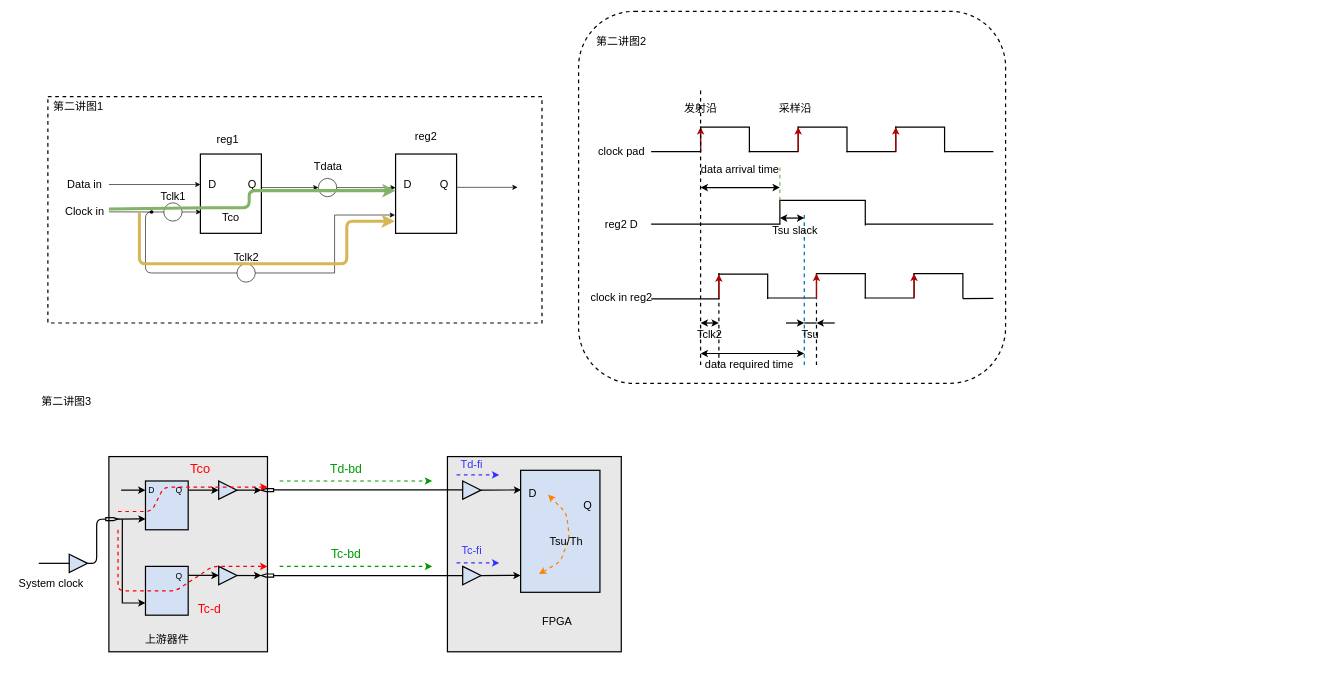
Above: FPGA timing constraints .drawio in Katharine-0331/files (draw.io), before the change. Source tidied: cells renumbered, new cells numbered last; positions are measured from the earlier drawing's top-left corner, leaving out a move shared by most shapes. Both pictures are drawn from the tidied source at 61%, with x=0, y=0 at pixel (14, 11).
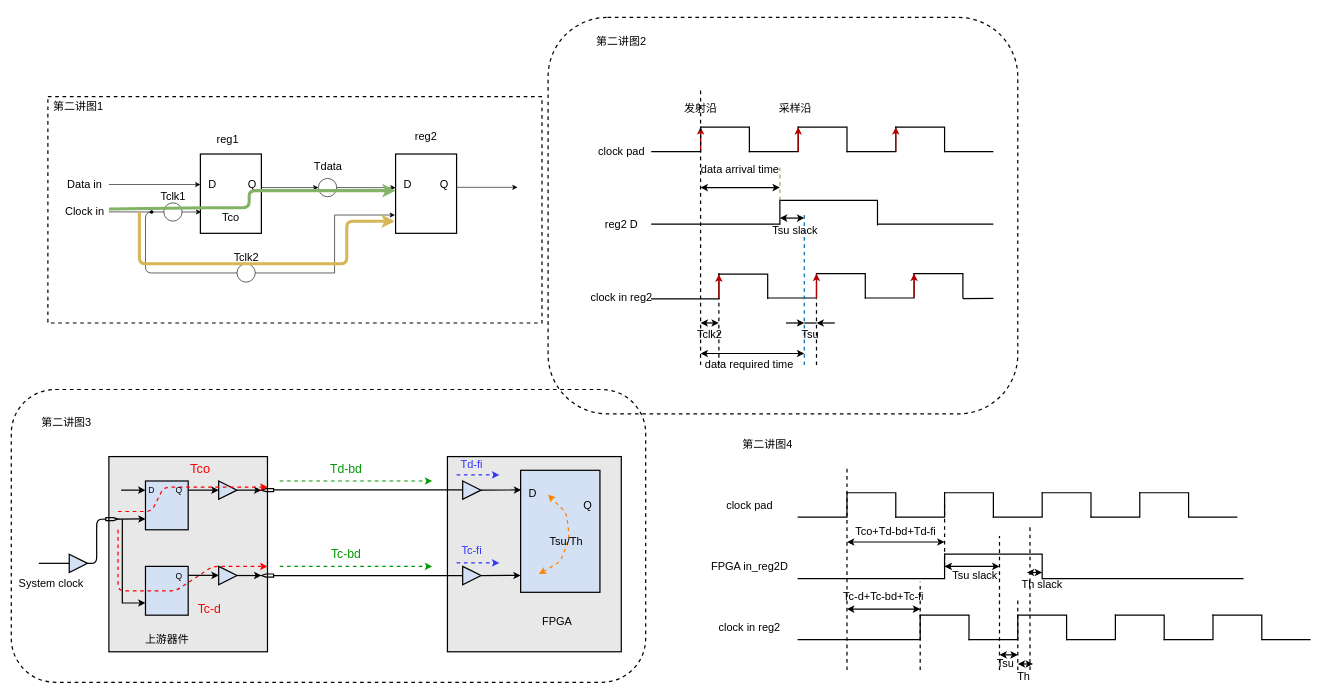
After the change.

Change to the diagram source:
```diff
@@
+    <mxCell id="30" style="rounded=0;whiteSpace=wrap;html=1;fontSize=18;strokeWidth=2;fillColor=none;dashed=1;" parent="1" vertex="1">
+      <mxGeometry x="55" y="140" width="810" height="371" as="geometry" />
+    </mxCell>
+    <mxCell id="128" style="rounded=1;whiteSpace=wrap;html=1;fontSize=18;strokeWidth=2;fillColor=none;dashed=1;" parent="1" vertex="1">
+      <mxGeometry x="-5" y="620" width="1040" height="480" as="geometry" />
+    </mxCell>
+    <mxCell id="80" style="rounded=1;whiteSpace=wrap;html=1;fontSize=18;strokeWidth=2;dashed=1;fillColor=none;" parent="1" vertex="1">
+      <mxGeometry x="875" y="10" width="770" height="650" as="geometry" />
+    </mxCell>
@@
-    <mxCell id="30" style="rounded=0;whiteSpace=wrap;html=1;fontSize=18;strokeWidth=2;fillColor=none;dashed=1;" parent="1" vertex="1">
-      <mxGeometry x="55" y="140" width="810" height="371" as="geometry" />
-    </mxCell>
@@
     <mxCell id="48" style="shape=partialRectangle;whiteSpace=wrap;html=1;top=0;left=0;fillColor=none;fontSize=18;strokeWidth=2;flipV=1;" parent="1" vertex="1">
-      <mxGeometry x="1255" y="310" width="140" height="40" as="geometry" />
+      <mxGeometry x="1255" y="310" width="160" height="40" as="geometry" />
     </mxCell>
     <mxCell id="49" style="endArrow=none;html=1;fontSize=18;strokeWidth=2;" parent="1" edge="1">
       <mxGeometry relative="1" as="geometry">
-        <mxPoint x="1395" y="349" as="sourcePoint" />
+        <mxPoint x="1415" y="349" as="sourcePoint" />
         <mxPoint x="1605" y="349" as="targetPoint" />
       </mxGeometry>
     </mxCell>
@@
-    <mxCell id="80" style="rounded=1;whiteSpace=wrap;html=1;fontSize=18;strokeWidth=2;dashed=1;fillColor=none;" parent="1" vertex="1">
-      <mxGeometry x="925" width="700" height="610" as="geometry" />
-    </mxCell>
     <mxCell id="81" value="第二讲图3" style="text;html=1;align=center;verticalAlign=middle;strokeColor=none;fontSize=18;" parent="1" vertex="1">
-      <mxGeometry x="35" y="625" width="100" height="30" as="geometry" />
+      <mxGeometry x="35" y="660" width="100" height="30" as="geometry" />
     </mxCell>
@@
+    <mxCell id="129" value="第二讲图4" style="text;html=1;strokeColor=none;fillColor=none;align=center;verticalAlign=middle;whiteSpace=wrap;rounded=0;dashed=1;fontSize=18;" parent="1" vertex="1">
+      <mxGeometry x="1185" y="700" width="100" height="20" as="geometry" />
+    </mxCell>
+    <mxCell id="130" style="shape=partialRectangle;whiteSpace=wrap;html=1;top=0;left=0;fillColor=none;fontSize=18;strokeWidth=2;" parent="1" vertex="1">
+      <mxGeometry x="1285" y="789.3" width="80" height="40" as="geometry" />
+    </mxCell>
+    <mxCell id="131" style="shape=partialRectangle;whiteSpace=wrap;html=1;bottom=0;right=0;fillColor=none;fontSize=18;strokeWidth=2;flipH=1;" parent="1" vertex="1">
+      <mxGeometry x="1365" y="789.3" width="80" height="40" as="geometry" />
+    </mxCell>
+    <mxCell id="132" style="shape=partialRectangle;whiteSpace=wrap;html=1;top=0;left=0;fillColor=none;fontSize=18;strokeWidth=2;" parent="1" vertex="1">
+      <mxGeometry x="1445" y="789.3" width="80" height="40" as="geometry" />
+    </mxCell>
+    <mxCell id="133" style="shape=partialRectangle;whiteSpace=wrap;html=1;bottom=0;right=0;fillColor=none;fontSize=18;strokeWidth=2;flipH=1;" parent="1" vertex="1">
+      <mxGeometry x="1525" y="789.3" width="80" height="40" as="geometry" />
+    </mxCell>
+    <mxCell id="134" style="shape=partialRectangle;whiteSpace=wrap;html=1;top=0;left=0;fillColor=none;fontSize=18;strokeWidth=2;" parent="1" vertex="1">
+      <mxGeometry x="1605" y="789.3" width="80" height="40" as="geometry" />
+    </mxCell>
+    <mxCell id="135" style="shape=partialRectangle;whiteSpace=wrap;html=1;bottom=0;right=0;fillColor=none;fontSize=18;strokeWidth=2;flipH=1;" parent="1" vertex="1">
+      <mxGeometry x="1685" y="789.3" width="80" height="40" as="geometry" />
+    </mxCell>
+    <mxCell id="136" style="shape=partialRectangle;whiteSpace=wrap;html=1;top=0;left=0;fillColor=none;fontSize=18;strokeWidth=2;" parent="1" vertex="1">
+      <mxGeometry x="1765" y="789.3" width="80" height="40" as="geometry" />
+    </mxCell>
+    <mxCell id="137" style="shape=partialRectangle;whiteSpace=wrap;html=1;bottom=0;right=0;fillColor=none;fontSize=18;strokeWidth=2;flipH=1;" parent="1" vertex="1">
+      <mxGeometry x="1845" y="789.3" width="80" height="40" as="geometry" />
+    </mxCell>
+    <mxCell id="138" style="endArrow=none;html=1;fontSize=18;strokeWidth=2;" parent="1" edge="1">
+      <mxGeometry relative="1" as="geometry">
+        <mxPoint x="1925" y="829.3" as="sourcePoint" />
+        <mxPoint x="2005" y="829.3" as="targetPoint" />
+      </mxGeometry>
+    </mxCell>
+    <mxCell id="139" value="clock pad" style="text;html=1;align=center;verticalAlign=middle;strokeColor=none;fontSize=18;" parent="1" vertex="1">
+      <mxGeometry x="1160" y="795" width="90" height="30" as="geometry" />
+    </mxCell>
+    <mxCell id="140" style="shape=partialRectangle;whiteSpace=wrap;html=1;top=0;left=0;fillColor=none;fontSize=18;strokeWidth=2;" parent="1" vertex="1">
+      <mxGeometry x="1285" y="990" width="200" height="40" as="geometry" />
+    </mxCell>
+    <mxCell id="141" style="shape=partialRectangle;whiteSpace=wrap;html=1;bottom=0;right=0;fillColor=none;fontSize=18;strokeWidth=2;flipH=1;" parent="1" vertex="1">
+      <mxGeometry x="1485" y="990" width="80" height="40" as="geometry" />
+    </mxCell>
+    <mxCell id="142" style="shape=partialRectangle;whiteSpace=wrap;html=1;top=0;left=0;fillColor=none;fontSize=18;strokeWidth=2;" parent="1" vertex="1">
+      <mxGeometry x="1565" y="990" width="80" height="40" as="geometry" />
+    </mxCell>
+    <mxCell id="143" style="shape=partialRectangle;whiteSpace=wrap;html=1;bottom=0;right=0;fillColor=none;fontSize=18;strokeWidth=2;flipH=1;" parent="1" vertex="1">
+      <mxGeometry x="1645" y="990" width="80" height="40" as="geometry" />
+    </mxCell>
+    <mxCell id="144" style="shape=partialRectangle;whiteSpace=wrap;html=1;top=0;left=0;fillColor=none;fontSize=18;strokeWidth=2;" parent="1" vertex="1">
+      <mxGeometry x="1725" y="990" width="80" height="40" as="geometry" />
+    </mxCell>
+    <mxCell id="145" style="shape=partialRectangle;whiteSpace=wrap;html=1;bottom=0;right=0;fillColor=none;fontSize=18;strokeWidth=2;flipH=1;" parent="1" vertex="1">
+      <mxGeometry x="1805" y="990" width="80" height="40" as="geometry" />
+    </mxCell>
+    <mxCell id="146" style="shape=partialRectangle;whiteSpace=wrap;html=1;top=0;left=0;fillColor=none;fontSize=18;strokeWidth=2;" parent="1" vertex="1">
+      <mxGeometry x="1885" y="990" width="80" height="40" as="geometry" />
+    </mxCell>
+    <mxCell id="147" style="shape=partialRectangle;whiteSpace=wrap;html=1;bottom=0;right=0;fillColor=none;fontSize=18;strokeWidth=2;flipH=1;" parent="1" vertex="1">
+      <mxGeometry x="1965" y="990" width="80" height="40" as="geometry" />
+    </mxCell>
+    <mxCell id="148" style="endArrow=none;html=1;fontSize=18;strokeWidth=2;" parent="1" edge="1">
+      <mxGeometry relative="1" as="geometry">
+        <mxPoint x="2045" y="1030" as="sourcePoint" />
+        <mxPoint x="2125" y="1030" as="targetPoint" />
+      </mxGeometry>
+    </mxCell>
+    <mxCell id="149" value="clock in reg2" style="text;html=1;align=center;verticalAlign=middle;strokeColor=none;fontSize=18;" parent="1" vertex="1">
+      <mxGeometry x="1145" y="995" width="120" height="30" as="geometry" />
+    </mxCell>
+    <mxCell id="150" style="shape=partialRectangle;whiteSpace=wrap;html=1;top=0;left=0;fillColor=none;fontSize=18;strokeWidth=2;" parent="1" vertex="1">
+      <mxGeometry x="1285" y="890" width="240" height="40" as="geometry" />
+    </mxCell>
+    <mxCell id="151" style="shape=partialRectangle;whiteSpace=wrap;html=1;bottom=0;right=0;fillColor=none;fontSize=18;strokeWidth=2;flipH=1;" parent="1" vertex="1">
+      <mxGeometry x="1525" y="890" width="160" height="40" as="geometry" />
+    </mxCell>
+    <mxCell id="152" style="endArrow=none;html=1;fontSize=18;strokeColor=#000000;strokeWidth=2;" parent="1" edge="1">
+      <mxGeometry relative="1" as="geometry">
+        <mxPoint x="1685" y="930" as="sourcePoint" />
+        <mxPoint x="2015" y="930" as="targetPoint" />
+      </mxGeometry>
+    </mxCell>
+    <mxCell id="153" value="FPGA in_reg2D" style="text;html=1;align=center;verticalAlign=middle;strokeColor=none;fontSize=18;" parent="1" vertex="1">
+      <mxGeometry x="1135" y="895" width="140" height="30" as="geometry" />
+    </mxCell>
+    <mxCell id="154" style="endArrow=none;dashed=1;html=1;fontSize=18;strokeColor=#000000;strokeWidth=2;" parent="1" edge="1">
+      <mxGeometry relative="1" as="geometry">
+        <mxPoint x="1365" y="1080" as="sourcePoint" />
+        <mxPoint x="1365" y="750" as="targetPoint" />
+      </mxGeometry>
+    </mxCell>
+    <mxCell id="155" style="endArrow=none;dashed=1;html=1;fontSize=18;strokeColor=#000000;strokeWidth=2;" parent="1" edge="1">
+      <mxGeometry relative="1" as="geometry">
+        <mxPoint x="1485" y="1080" as="sourcePoint" />
+        <mxPoint x="1485" y="935" as="targetPoint" />
+      </mxGeometry>
+    </mxCell>
+    <mxCell id="156" style="endArrow=classic;startArrow=classic;html=1;fontSize=18;strokeColor=#000000;strokeWidth=2;" parent="1" edge="1">
+      <mxGeometry relative="1" as="geometry">
+        <mxPoint x="1365" y="980" as="sourcePoint" />
+        <mxPoint x="1485" y="980" as="targetPoint" />
+      </mxGeometry>
+    </mxCell>
+    <mxCell id="157" style="endArrow=none;dashed=1;html=1;fontSize=18;strokeColor=#000000;strokeWidth=2;exitX=0;exitY=0.5;exitDx=0;exitDy=0;entryX=0;entryY=0.25;entryDx=0;entryDy=0;" parent="1" edge="1" source="151" target="133">
+      <mxGeometry relative="1" as="geometry" />
+    </mxCell>
+    <mxCell id="158" style="endArrow=classic;startArrow=classic;html=1;fontSize=18;strokeColor=#000000;strokeWidth=2;" parent="1" edge="1">
+      <mxGeometry relative="1" as="geometry">
+        <mxPoint x="1365" y="870" as="sourcePoint" />
+        <mxPoint x="1525" y="870" as="targetPoint" />
+      </mxGeometry>
+    </mxCell>
+    <mxCell id="159" style="endArrow=none;dashed=1;html=1;fontSize=18;strokeColor=#000000;strokeWidth=2;" parent="1" edge="1">
+      <mxGeometry relative="1" as="geometry">
+        <mxPoint x="1645" y="1080" as="sourcePoint" />
+        <mxPoint x="1645" y="965" as="targetPoint" />
+      </mxGeometry>
+    </mxCell>
+    <mxCell id="160" style="endArrow=none;dashed=1;html=1;fontSize=18;strokeColor=#000000;strokeWidth=2;" parent="1" edge="1">
+      <mxGeometry relative="1" as="geometry">
+        <mxPoint x="1615" y="1080" as="sourcePoint" />
+        <mxPoint x="1615" y="860" as="targetPoint" />
+      </mxGeometry>
+    </mxCell>
+    <mxCell id="161" style="endArrow=none;dashed=1;html=1;fontSize=18;strokeColor=#000000;strokeWidth=2;" parent="1" edge="1">
+      <mxGeometry relative="1" as="geometry">
+        <mxPoint x="1665" y="1080" as="sourcePoint" />
+        <mxPoint x="1665" y="840" as="targetPoint" />
+      </mxGeometry>
+    </mxCell>
+    <mxCell id="162" style="endArrow=classic;startArrow=classic;html=1;fontSize=18;strokeColor=#000000;strokeWidth=2;exitX=0;exitY=0.5;exitDx=0;exitDy=0;" parent="1" edge="1" source="151">
+      <mxGeometry relative="1" as="geometry">
+        <mxPoint x="1615" y="910" as="targetPoint" />
+      </mxGeometry>
+    </mxCell>
+    <mxCell id="163" style="endArrow=classic;startArrow=classic;html=1;fontSize=18;strokeColor=#000000;strokeWidth=2;" parent="1" edge="1">
+      <mxGeometry relative="1" as="geometry">
+        <mxPoint x="1615" y="1055" as="sourcePoint" />
+        <mxPoint x="1645" y="1055" as="targetPoint" />
+      </mxGeometry>
+    </mxCell>
+    <mxCell id="164" style="endArrow=classic;startArrow=classic;html=1;fontSize=18;strokeColor=#000000;strokeWidth=2;" parent="1" edge="1">
+      <mxGeometry relative="1" as="geometry">
+        <mxPoint x="1645" y="1070" as="sourcePoint" />
+        <mxPoint x="1670" y="1070" as="targetPoint" />
+      </mxGeometry>
+    </mxCell>
+    <mxCell id="165" style="endArrow=classic;startArrow=classic;html=1;fontSize=18;strokeColor=#000000;strokeWidth=2;" parent="1" edge="1">
+      <mxGeometry relative="1" as="geometry">
+        <mxPoint x="1660" y="920" as="sourcePoint" />
+        <mxPoint x="1685" y="920" as="targetPoint" />
+      </mxGeometry>
+    </mxCell>
+    <mxCell id="166" value="Tco+Td-bd+Td-fi" style="text;html=1;strokeColor=none;fillColor=none;align=center;verticalAlign=middle;whiteSpace=wrap;rounded=0;fontSize=18;" parent="1" vertex="1">
+      <mxGeometry x="1375" y="842.5" width="140" height="20" as="geometry" />
+    </mxCell>
+    <mxCell id="167" value="Tc-d+Tc-bd+Tc-fi" style="text;html=1;strokeColor=none;fillColor=none;align=center;verticalAlign=middle;whiteSpace=wrap;rounded=0;fontSize=18;" parent="1" vertex="1">
+      <mxGeometry x="1355" y="950" width="140" height="20" as="geometry" />
+    </mxCell>
+    <mxCell id="168" value="Tsu slack" style="text;html=1;strokeColor=none;fillColor=none;align=center;verticalAlign=middle;whiteSpace=wrap;rounded=0;fontSize=18;" parent="1" vertex="1">
+      <mxGeometry x="1535" y="915" width="80" height="20" as="geometry" />
+    </mxCell>
+    <mxCell id="169" value="Tsu" style="text;html=1;strokeColor=none;fillColor=none;align=center;verticalAlign=middle;whiteSpace=wrap;rounded=0;fontSize=18;" parent="1" vertex="1">
+      <mxGeometry x="1605" y="1060" width="40" height="20" as="geometry" />
+    </mxCell>
+    <mxCell id="170" value="Th" style="text;html=1;strokeColor=none;fillColor=none;align=center;verticalAlign=middle;whiteSpace=wrap;rounded=0;fontSize=18;" parent="1" vertex="1">
+      <mxGeometry x="1635" y="1080" width="40" height="20" as="geometry" />
+    </mxCell>
+    <mxCell id="171" value="Th slack" style="text;html=1;strokeColor=none;fillColor=none;align=center;verticalAlign=middle;whiteSpace=wrap;rounded=0;fontSize=18;" parent="1" vertex="1">
+      <mxGeometry x="1645" y="930" width="80" height="20" as="geometry" />
+    </mxCell>
```
